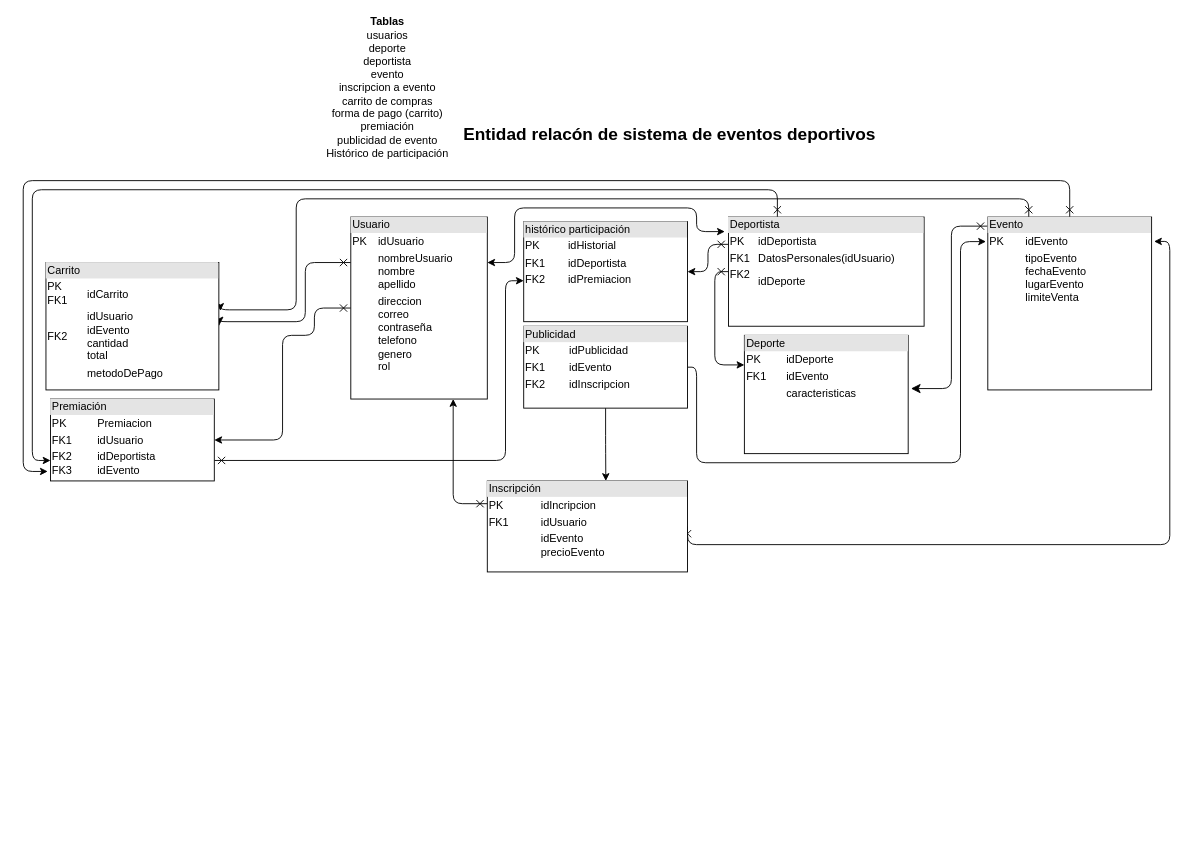
Earlier version of the draw.io diagram dataBase.drawio (cxrdonx/webApplication). Source tidied: cells renumbered, new cells numbered last; positions are measured from the earlier drawing's top-left corner, leaving out a move shared by most shapes. Both pictures are drawn from the tidied source at 91%, with x=0, y=0 at pixel (23, 16).
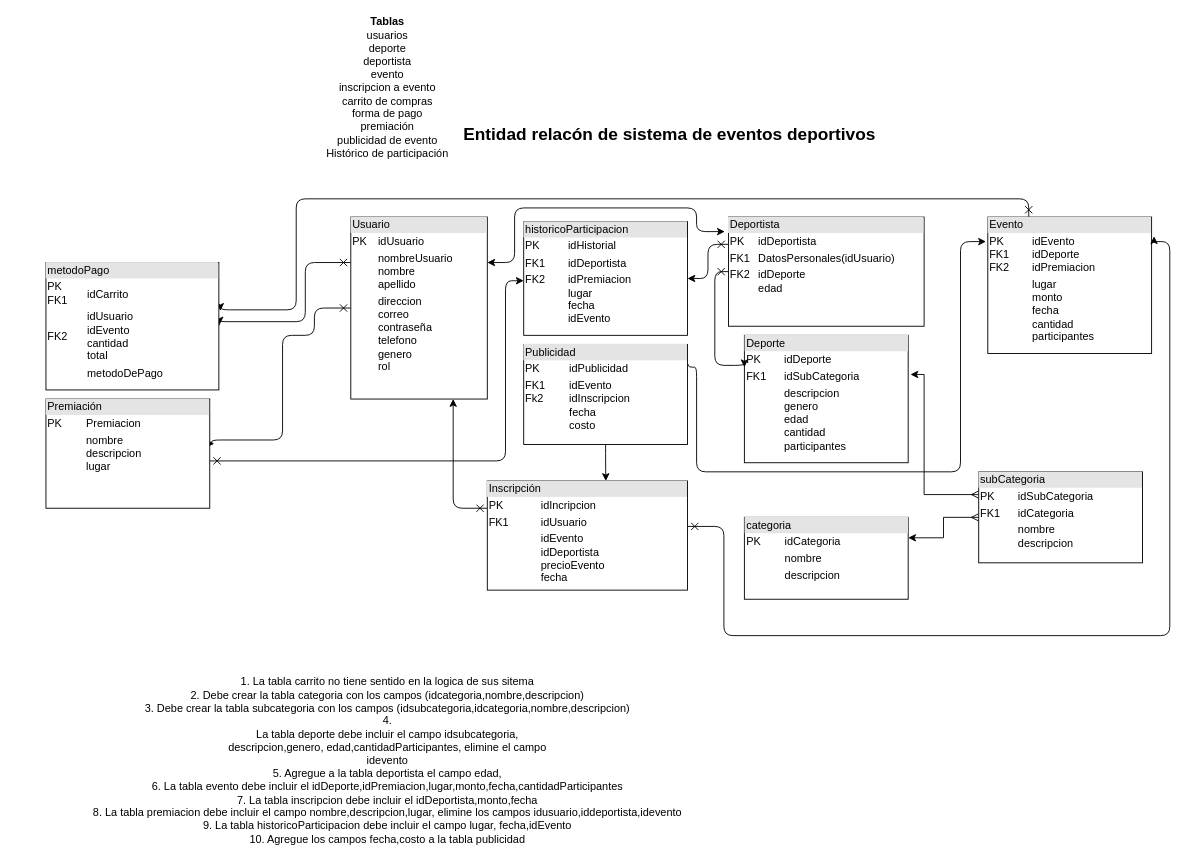
Above is the later version.

Unchanged cells that the change refers to:
```xml
<mxCell id="6" value="&lt;div style=&quot;box-sizing: border-box ; width: 100% ; background: #e4e4e4 ; padding: 2px&quot;&gt;Usuario&lt;br&gt;&lt;/div&gt;&lt;table style=&quot;width: 100% ; font-size: 1em&quot; cellspacing=&quot;0&quot; cellpadding=&quot;2&quot;&gt;&lt;tbody&gt;&lt;tr&gt;&lt;td&gt;PK&lt;/td&gt;&lt;td&gt;idUsuario&lt;br&gt;&lt;/td&gt;&lt;/tr&gt;&lt;tr&gt;&lt;td&gt;&lt;br&gt;&lt;/td&gt;&lt;td&gt;nombreUsuario&lt;br&gt;nombre&lt;br&gt;apellido&lt;br&gt;&lt;/td&gt;&lt;/tr&gt;&lt;tr&gt;&lt;td&gt;&lt;br&gt;&lt;/td&gt;&lt;td&gt;direccion&lt;br&gt;correo&lt;br&gt;contraseña&lt;br&gt;telefono&lt;br&gt;genero&lt;br&gt;rol&lt;br&gt;&lt;br&gt;&lt;/td&gt;&lt;/tr&gt;&lt;/tbody&gt;&lt;/table&gt;" style="verticalAlign=top;align=left;overflow=fill;html=1;" parent="1" vertex="1">
  <mxGeometry x="360" y="220" width="150" height="200" as="geometry" />
</mxCell>
```

What changed in the source:
```diff
@@
-    <mxCell id="2" value="&lt;b&gt;Tablas&lt;/b&gt;&lt;div&gt;usuarios&lt;/div&gt;&lt;div&gt;deporte&lt;/div&gt;&lt;div&gt;deportista&lt;/div&gt;&lt;div&gt;evento&lt;/div&gt;&lt;div&gt;inscripcion a evento&lt;/div&gt;&lt;div&gt;carrito de compras&lt;br&gt;&lt;/div&gt;&lt;div&gt;forma de pago (carrito)&lt;br&gt;&lt;/div&gt;&lt;div&gt;premiación&lt;/div&gt;&lt;div&gt;publicidad de evento&lt;/div&gt;&lt;div&gt;Histórico de participación&lt;/div&gt;&lt;div&gt;&lt;br&gt;&lt;/div&gt;" style="text;html=1;align=center;verticalAlign=middle;" parent="1" vertex="1">
+    <mxCell id="2" value="&lt;b&gt;Tablas&lt;/b&gt;&lt;div&gt;usuarios&lt;/div&gt;&lt;div&gt;deporte&lt;/div&gt;&lt;div&gt;deportista&lt;/div&gt;&lt;div&gt;evento&lt;/div&gt;&lt;div&gt;inscripcion a evento&lt;/div&gt;&lt;div&gt;carrito de compras&lt;br&gt;&lt;/div&gt;&lt;div&gt;forma de pago &lt;br&gt;&lt;/div&gt;&lt;div&gt;premiación&lt;/div&gt;&lt;div&gt;publicidad de evento&lt;/div&gt;&lt;div&gt;Histórico de participación&lt;/div&gt;&lt;div&gt;&lt;br&gt;&lt;/div&gt;" style="text;html=1;align=center;verticalAlign=middle;" parent="1" vertex="1">
       <mxGeometry x="325" width="150" height="170" as="geometry" />
     </mxCell>
@@
-    <mxCell id="4" style="edgeStyle=orthogonalEdgeStyle;jettySize=auto;html=1;exitX=0;exitY=0.5;exitDx=0;exitDy=0;entryX=1;entryY=0.5;entryDx=0;entryDy=0;startArrow=cross;startFill=0;" parent="1" edge="1" source="6" target="21">
+    <mxCell id="4" style="edgeStyle=orthogonalEdgeStyle;jettySize=auto;html=1;exitX=0;exitY=0.5;exitDx=0;exitDy=0;startArrow=cross;startFill=0;" parent="1" edge="1" source="6">
       <mxGeometry relative="1" as="geometry">
+        <mxPoint x="210" y="469" as="targetPoint" />
         <Array as="points">
           <mxPoint x="320" y="320" />
           <mxPoint x="320" y="350" />
           <mxPoint x="285" y="350" />
           <mxPoint x="285" y="465" />
+          <mxPoint x="207" y="465" />
         </Array>
       </mxGeometry>
     </mxCell>
@@
-    <mxCell id="7" value="&lt;div style=&quot;box-sizing: border-box ; width: 100% ; background: #e4e4e4 ; padding: 2px&quot;&gt;Deporte&lt;br&gt;&lt;/div&gt;&lt;table style=&quot;width: 100% ; font-size: 1em&quot; cellspacing=&quot;0&quot; cellpadding=&quot;2&quot;&gt;&lt;tbody&gt;&lt;tr&gt;&lt;td&gt;PK&lt;/td&gt;&lt;td&gt;idDeporte&lt;br&gt;&lt;/td&gt;&lt;/tr&gt;&lt;tr&gt;&lt;td&gt;FK1&lt;br&gt;&lt;/td&gt;&lt;td&gt;idEvento&lt;/td&gt;&lt;/tr&gt;&lt;tr&gt;&lt;td&gt;&lt;br&gt;&lt;/td&gt;&lt;td&gt;caracteristicas&lt;br&gt;&lt;br&gt;&lt;/td&gt;&lt;/tr&gt;&lt;/tbody&gt;&lt;/table&gt;" style="verticalAlign=top;align=left;overflow=fill;html=1;" parent="1" vertex="1">
-      <mxGeometry x="792.5" y="350" width="180" height="130" as="geometry" />
+    <mxCell id="7" value="&lt;div style=&quot;box-sizing: border-box ; width: 100% ; background: #e4e4e4 ; padding: 2px&quot;&gt;Deporte&lt;br&gt;&lt;/div&gt;&lt;table style=&quot;width: 100% ; font-size: 1em&quot; cellspacing=&quot;0&quot; cellpadding=&quot;2&quot;&gt;&lt;tbody&gt;&lt;tr&gt;&lt;td&gt;PK&lt;/td&gt;&lt;td&gt;idDeporte&lt;br&gt;&lt;/td&gt;&lt;/tr&gt;&lt;tr&gt;&lt;td&gt;FK1&lt;br&gt;&lt;/td&gt;&lt;td&gt;idSubCategoria&lt;br&gt;&lt;/td&gt;&lt;/tr&gt;&lt;tr&gt;&lt;td&gt;&lt;br&gt;&lt;/td&gt;&lt;td&gt;descripcion&lt;br&gt;genero&lt;br&gt;edad&lt;br&gt;cantidad&lt;br&gt;participantes&lt;br&gt;&lt;br&gt;&lt;/td&gt;&lt;/tr&gt;&lt;/tbody&gt;&lt;/table&gt;" style="verticalAlign=top;align=left;overflow=fill;html=1;" parent="1" vertex="1">
+      <mxGeometry x="792.5" y="350" width="180" height="140" as="geometry" />
     </mxCell>
-    <mxCell id="8" style="edgeStyle=orthogonalEdgeStyle;jettySize=auto;html=1;startArrow=cross;startFill=0;startSize=6;endSize=8;entryX=1.017;entryY=0.45;entryDx=0;entryDy=0;entryPerimeter=0;" parent="1" edge="1" source="11" target="7">
-      <mxGeometry relative="1" as="geometry">
-        <Array as="points">
-          <mxPoint x="1020" y="230" />
-          <mxPoint x="1020" y="409" />
-        </Array>
-      </mxGeometry>
-    </mxCell>
@@
-    <mxCell id="10" style="edgeStyle=orthogonalEdgeStyle;jettySize=auto;html=1;exitX=0.5;exitY=0;exitDx=0;exitDy=0;startArrow=cross;startFill=0;entryX=-0.017;entryY=0.884;entryDx=0;entryDy=0;entryPerimeter=0;" parent="1" edge="1" source="11" target="21">
-      <mxGeometry relative="1" as="geometry">
-        <Array as="points">
-          <mxPoint x="1150" y="180" />
-          <mxPoint y="180" />
-          <mxPoint y="500" />
-        </Array>
-      </mxGeometry>
-    </mxCell>
-    <mxCell id="11" value="&lt;div style=&quot;box-sizing: border-box ; width: 100% ; background: #e4e4e4 ; padding: 2px&quot;&gt;Evento&lt;br&gt;&lt;/div&gt;&lt;table style=&quot;width: 100% ; font-size: 1em&quot; cellspacing=&quot;0&quot; cellpadding=&quot;2&quot;&gt;&lt;tbody&gt;&lt;tr&gt;&lt;td&gt;PK&lt;/td&gt;&lt;td&gt;idEvento&lt;br&gt;&lt;/td&gt;&lt;/tr&gt;&lt;tr&gt;&lt;td&gt;&lt;br&gt;&lt;/td&gt;&lt;td&gt;tipoEvento&lt;br&gt;fechaEvento&lt;br&gt;lugarEvento&lt;br&gt;limiteVenta&lt;br&gt;&lt;br&gt;&lt;/td&gt;&lt;/tr&gt;&lt;tr&gt;&lt;td&gt;&lt;br&gt;&lt;/td&gt;&lt;td&gt;&lt;br&gt;&lt;/td&gt;&lt;/tr&gt;&lt;/tbody&gt;&lt;/table&gt;" style="verticalAlign=top;align=left;overflow=fill;html=1;" parent="1" vertex="1">
-      <mxGeometry x="1060" y="220" width="180" height="190" as="geometry" />
+    <mxCell id="11" value="&lt;div style=&quot;box-sizing: border-box ; width: 100% ; background: #e4e4e4 ; padding: 2px&quot;&gt;Evento&lt;br&gt;&lt;/div&gt;&lt;table style=&quot;width: 100% ; font-size: 1em&quot; cellspacing=&quot;0&quot; cellpadding=&quot;2&quot;&gt;&lt;tbody&gt;&lt;tr&gt;&lt;td&gt;PK&lt;br&gt;FK1&lt;br&gt;FK2&lt;br&gt;&lt;/td&gt;&lt;td&gt;idEvento&lt;br&gt;idDeporte&lt;br&gt;idPremiacion&lt;br&gt;&lt;/td&gt;&lt;/tr&gt;&lt;tr&gt;&lt;td&gt;&lt;br&gt;&lt;/td&gt;&lt;td&gt;lugar&lt;br&gt;monto&lt;br&gt;fecha&lt;br&gt;cantidad&lt;br&gt;participantes&lt;br&gt;&lt;br&gt;&lt;/td&gt;&lt;/tr&gt;&lt;tr&gt;&lt;td&gt;&lt;br&gt;&lt;/td&gt;&lt;td&gt;&lt;br&gt;&lt;/td&gt;&lt;/tr&gt;&lt;/tbody&gt;&lt;/table&gt;" style="verticalAlign=top;align=left;overflow=fill;html=1;" parent="1" vertex="1">
+      <mxGeometry x="1060" y="220" width="180" height="150" as="geometry" />
     </mxCell>
-    <mxCell id="12" style="edgeStyle=orthogonalEdgeStyle;jettySize=auto;html=1;exitX=0.25;exitY=0;exitDx=0;exitDy=0;entryX=0;entryY=0.75;entryDx=0;entryDy=0;startArrow=cross;startFill=0;" parent="1" edge="1" source="15" target="21">
-      <mxGeometry relative="1" as="geometry">
-        <Array as="points">
-          <mxPoint x="829" y="190" />
-          <mxPoint x="10" y="190" />
-          <mxPoint x="10" y="488" />
-        </Array>
-      </mxGeometry>
-    </mxCell>
@@
-    <mxCell id="15" value="&lt;div style=&quot;box-sizing: border-box ; width: 100% ; background: #e4e4e4 ; padding: 2px&quot;&gt;Deportista&lt;br&gt;&lt;/div&gt;&lt;table style=&quot;width: 100% ; font-size: 1em&quot; cellspacing=&quot;0&quot; cellpadding=&quot;2&quot;&gt;&lt;tbody&gt;&lt;tr&gt;&lt;td&gt;PK&lt;/td&gt;&lt;td&gt;idDeportista&lt;br&gt;&lt;/td&gt;&lt;/tr&gt;&lt;tr&gt;&lt;td&gt;FK1&lt;/td&gt;&lt;td&gt;DatosPersonales(idUsuario)&lt;br&gt;&lt;/td&gt;&lt;/tr&gt;&lt;tr&gt;&lt;td&gt;FK2&lt;br&gt;&lt;br&gt;&lt;/td&gt;&lt;td&gt;idDeporte&lt;br&gt;&lt;/td&gt;&lt;/tr&gt;&lt;/tbody&gt;&lt;/table&gt;" style="verticalAlign=top;align=left;overflow=fill;html=1;" parent="1" vertex="1">
+    <mxCell id="15" value="&lt;div style=&quot;box-sizing: border-box ; width: 100% ; background: #e4e4e4 ; padding: 2px&quot;&gt;Deportista&lt;br&gt;&lt;/div&gt;&lt;table style=&quot;width: 100% ; font-size: 1em&quot; cellspacing=&quot;0&quot; cellpadding=&quot;2&quot;&gt;&lt;tbody&gt;&lt;tr&gt;&lt;td&gt;PK&lt;/td&gt;&lt;td&gt;idDeportista&lt;br&gt;&lt;/td&gt;&lt;/tr&gt;&lt;tr&gt;&lt;td&gt;FK1&lt;/td&gt;&lt;td&gt;DatosPersonales(idUsuario)&lt;br&gt;&lt;/td&gt;&lt;/tr&gt;&lt;tr&gt;&lt;td&gt;FK2&lt;br&gt;&lt;br&gt;&lt;/td&gt;&lt;td&gt;idDeporte&lt;br&gt;edad&lt;br&gt;&lt;/td&gt;&lt;/tr&gt;&lt;/tbody&gt;&lt;/table&gt;" style="verticalAlign=top;align=left;overflow=fill;html=1;" parent="1" vertex="1">
       <mxGeometry x="775" y="220" width="215" height="120" as="geometry" />
     </mxCell>
-    <mxCell id="16" style="edgeStyle=orthogonalEdgeStyle;jettySize=auto;html=1;exitX=1;exitY=0.5;exitDx=0;exitDy=0;entryX=1.015;entryY=0.141;entryDx=0;entryDy=0;entryPerimeter=0;startArrow=cross;startFill=0;" parent="1" edge="1" source="18" target="11">
+    <mxCell id="16" style="edgeStyle=orthogonalEdgeStyle;jettySize=auto;html=1;entryX=1.015;entryY=0.141;entryDx=0;entryDy=0;entryPerimeter=0;startArrow=cross;startFill=0;" parent="1" edge="1" target="11">
       <mxGeometry relative="1" as="geometry">
+        <mxPoint x="730" y="560" as="sourcePoint" />
         <Array as="points">
-          <mxPoint x="1260" y="580" />
+          <mxPoint x="730" y="560" />
+          <mxPoint x="770" y="560" />
+          <mxPoint x="770" y="680" />
+          <mxPoint x="1260" y="680" />
           <mxPoint x="1260" y="247" />
+          <mxPoint x="1243" y="247" />
         </Array>
       </mxGeometry>
     </mxCell>
@@
-    <mxCell id="18" value="&lt;div style=&quot;box-sizing: border-box ; width: 100% ; background: #e4e4e4 ; padding: 2px&quot;&gt;Inscripción&lt;br&gt;&lt;/div&gt;&lt;table style=&quot;width: 100% ; font-size: 1em&quot; cellspacing=&quot;0&quot; cellpadding=&quot;2&quot;&gt;&lt;tbody&gt;&lt;tr&gt;&lt;td&gt;PK&lt;/td&gt;&lt;td&gt;idIncripcion&lt;br&gt;&lt;/td&gt;&lt;/tr&gt;&lt;tr&gt;&lt;td&gt;FK1&lt;/td&gt;&lt;td&gt;idUsuario&lt;br&gt;&lt;/td&gt;&lt;/tr&gt;&lt;tr&gt;&lt;td&gt;&lt;br&gt;&lt;/td&gt;&lt;td&gt;idEvento&lt;br&gt;precioEvento&lt;br&gt;&lt;br&gt;&lt;/td&gt;&lt;/tr&gt;&lt;/tbody&gt;&lt;/table&gt;" style="verticalAlign=top;align=left;overflow=fill;html=1;" parent="1" vertex="1">
-      <mxGeometry x="510" y="510" width="220" height="100" as="geometry" />
+    <mxCell id="18" value="&lt;div style=&quot;box-sizing: border-box ; width: 100% ; background: #e4e4e4 ; padding: 2px&quot;&gt;Inscripción&lt;br&gt;&lt;/div&gt;&lt;table style=&quot;width: 100% ; font-size: 1em&quot; cellspacing=&quot;0&quot; cellpadding=&quot;2&quot;&gt;&lt;tbody&gt;&lt;tr&gt;&lt;td&gt;PK&lt;/td&gt;&lt;td&gt;idIncripcion&lt;br&gt;&lt;/td&gt;&lt;/tr&gt;&lt;tr&gt;&lt;td&gt;FK1&lt;/td&gt;&lt;td&gt;idUsuario&lt;br&gt;&lt;/td&gt;&lt;/tr&gt;&lt;tr&gt;&lt;td&gt;&lt;br&gt;&lt;/td&gt;&lt;td&gt;idEvento&lt;br&gt;idDeportista&lt;br&gt;precioEvento&lt;br&gt;fecha&lt;br&gt;&lt;/td&gt;&lt;/tr&gt;&lt;/tbody&gt;&lt;/table&gt;" style="verticalAlign=top;align=left;overflow=fill;html=1;" parent="1" vertex="1">
+      <mxGeometry x="510" y="510" width="220" height="120" as="geometry" />
     </mxCell>
-    <mxCell id="19" value="&lt;div style=&quot;box-sizing: border-box ; width: 100% ; background: #e4e4e4 ; padding: 2px&quot;&gt;Carrito&lt;br&gt;&lt;/div&gt;&lt;table style=&quot;width: 100% ; font-size: 1em&quot; cellspacing=&quot;0&quot; cellpadding=&quot;2&quot;&gt;&lt;tbody&gt;&lt;tr&gt;&lt;td&gt;PK&lt;br&gt;FK1&lt;br&gt;&lt;/td&gt;&lt;td&gt;idCarrito&lt;br&gt;&lt;/td&gt;&lt;/tr&gt;&lt;tr&gt;&lt;td&gt;FK2&lt;br&gt;&lt;/td&gt;&lt;td&gt;idUsuario&lt;br&gt;idEvento&lt;br&gt;cantidad&lt;br&gt;total&lt;br&gt;&lt;/td&gt;&lt;/tr&gt;&lt;tr&gt;&lt;td&gt;&lt;br&gt;&lt;/td&gt;&lt;td&gt;metodoDePago&lt;br&gt;&lt;/td&gt;&lt;/tr&gt;&lt;/tbody&gt;&lt;/table&gt;" style="verticalAlign=top;align=left;overflow=fill;html=1;" parent="1" vertex="1">
+    <mxCell id="19" value="&lt;div style=&quot;box-sizing: border-box ; width: 100% ; background: #e4e4e4 ; padding: 2px&quot;&gt;metodoPago&lt;br&gt;&lt;/div&gt;&lt;table style=&quot;width: 100% ; font-size: 1em&quot; cellspacing=&quot;0&quot; cellpadding=&quot;2&quot;&gt;&lt;tbody&gt;&lt;tr&gt;&lt;td&gt;PK&lt;br&gt;FK1&lt;br&gt;&lt;/td&gt;&lt;td&gt;idCarrito&lt;br&gt;&lt;/td&gt;&lt;/tr&gt;&lt;tr&gt;&lt;td&gt;FK2&lt;br&gt;&lt;/td&gt;&lt;td&gt;idUsuario&lt;br&gt;idEvento&lt;br&gt;cantidad&lt;br&gt;total&lt;br&gt;&lt;/td&gt;&lt;/tr&gt;&lt;tr&gt;&lt;td&gt;&lt;br&gt;&lt;/td&gt;&lt;td&gt;metodoDePago&lt;br&gt;&lt;/td&gt;&lt;/tr&gt;&lt;/tbody&gt;&lt;/table&gt;" style="verticalAlign=top;align=left;overflow=fill;html=1;" parent="1" vertex="1">
       <mxGeometry x="25" y="270" width="190" height="140" as="geometry" />
     </mxCell>
-    <mxCell id="20" style="edgeStyle=orthogonalEdgeStyle;curved=0;rounded=1;sketch=0;jettySize=auto;html=1;exitX=1;exitY=0.75;exitDx=0;exitDy=0;startArrow=cross;startFill=0;" parent="1" edge="1" source="21">
+    <mxCell id="20" style="edgeStyle=orthogonalEdgeStyle;curved=0;rounded=1;sketch=0;jettySize=auto;html=1;startArrow=cross;startFill=0;" parent="1" edge="1" source="21">
       <mxGeometry relative="1" as="geometry">
         <mxPoint x="550" y="290" as="targetPoint" />
         <Array as="points">
           <mxPoint x="530" y="488" />
           <mxPoint x="530" y="290" />
         </Array>
       </mxGeometry>
     </mxCell>
-    <mxCell id="21" value="&lt;div style=&quot;box-sizing: border-box ; width: 100% ; background: #e4e4e4 ; padding: 2px&quot;&gt;Premiación&lt;br&gt;&lt;/div&gt;&lt;table style=&quot;width: 100% ; font-size: 1em&quot; cellspacing=&quot;0&quot; cellpadding=&quot;2&quot;&gt;&lt;tbody&gt;&lt;tr&gt;&lt;td&gt;PK&lt;/td&gt;&lt;td&gt;Premiacion&lt;br&gt;&lt;/td&gt;&lt;/tr&gt;&lt;tr&gt;&lt;td&gt;FK1&lt;/td&gt;&lt;td&gt;idUsuario&lt;br&gt;&lt;/td&gt;&lt;/tr&gt;&lt;tr&gt;&lt;td&gt;FK2&lt;br&gt;FK3&lt;br&gt;&lt;/td&gt;&lt;td&gt;idDeportista&lt;br&gt;idEvento&lt;br&gt;&lt;/td&gt;&lt;/tr&gt;&lt;/tbody&gt;&lt;/table&gt;" style="verticalAlign=top;align=left;overflow=fill;html=1;" parent="1" vertex="1">
-      <mxGeometry x="30" y="420" width="180" height="90" as="geometry" />
+    <mxCell id="21" value="&lt;div style=&quot;box-sizing: border-box ; width: 100% ; background: #e4e4e4 ; padding: 2px&quot;&gt;Premiación&lt;br&gt;&lt;/div&gt;&lt;table style=&quot;width: 100% ; font-size: 1em&quot; cellspacing=&quot;0&quot; cellpadding=&quot;2&quot;&gt;&lt;tbody&gt;&lt;tr&gt;&lt;td&gt;PK&lt;/td&gt;&lt;td&gt;Premiacion&lt;br&gt;&lt;/td&gt;&lt;/tr&gt;&lt;tr&gt;&lt;td&gt;&lt;br&gt;&lt;/td&gt;&lt;td&gt;nombre&lt;br&gt;descripcion&lt;br&gt;lugar&lt;br&gt;&lt;/td&gt;&lt;/tr&gt;&lt;tr&gt;&lt;td&gt;&lt;br&gt;&lt;/td&gt;&lt;td&gt;&lt;br&gt;&lt;/td&gt;&lt;/tr&gt;&lt;/tbody&gt;&lt;/table&gt;" style="verticalAlign=top;align=left;overflow=fill;html=1;" parent="1" vertex="1">
+      <mxGeometry x="25" y="420" width="180" height="120" as="geometry" />
     </mxCell>
-    <mxCell id="22" style="edgeStyle=orthogonalEdgeStyle;jettySize=auto;html=1;exitX=1;exitY=0.5;exitDx=0;exitDy=0;" parent="1" edge="1" source="24">
+    <mxCell id="22" style="edgeStyle=orthogonalEdgeStyle;jettySize=auto;html=1;exitX=1.006;exitY=0.2;exitDx=0;exitDy=0;exitPerimeter=0;" parent="1" edge="1" source="24">
       <mxGeometry relative="1" as="geometry">
         <mxPoint x="1058" y="247" as="targetPoint" />
         <Array as="points">
+          <mxPoint x="731" y="385" />
           <mxPoint x="740" y="385" />
-          <mxPoint x="740" y="490" />
-          <mxPoint x="1030" y="490" />
+          <mxPoint x="740" y="500" />
+          <mxPoint x="1030" y="500" />
           <mxPoint x="1030" y="247" />
         </Array>
       </mxGeometry>
     </mxCell>
@@
-    <mxCell id="24" value="&lt;div style=&quot;box-sizing: border-box ; width: 100% ; background: #e4e4e4 ; padding: 2px&quot;&gt;Publicidad&lt;br&gt;&lt;/div&gt;&lt;table style=&quot;width: 100% ; font-size: 1em&quot; cellspacing=&quot;0&quot; cellpadding=&quot;2&quot;&gt;&lt;tbody&gt;&lt;tr&gt;&lt;td&gt;PK&lt;/td&gt;&lt;td&gt;idPublicidad&lt;br&gt;&lt;/td&gt;&lt;/tr&gt;&lt;tr&gt;&lt;td&gt;FK1&lt;/td&gt;&lt;td&gt;idEvento&lt;br&gt;&lt;/td&gt;&lt;/tr&gt;&lt;tr&gt;&lt;td&gt;FK2&lt;br&gt;&lt;/td&gt;&lt;td&gt;idInscripcion&lt;br&gt;&lt;/td&gt;&lt;/tr&gt;&lt;/tbody&gt;&lt;/table&gt;" style="verticalAlign=top;align=left;overflow=fill;html=1;" parent="1" vertex="1">
-      <mxGeometry x="550" y="340" width="180" height="90" as="geometry" />
+    <mxCell id="24" value="&lt;div style=&quot;box-sizing: border-box ; width: 100% ; background: #e4e4e4 ; padding: 2px&quot;&gt;Publicidad&lt;br&gt;&lt;/div&gt;&lt;table style=&quot;width: 100% ; font-size: 1em&quot; cellspacing=&quot;0&quot; cellpadding=&quot;2&quot;&gt;&lt;tbody&gt;&lt;tr&gt;&lt;td&gt;PK&lt;/td&gt;&lt;td&gt;idPublicidad&lt;br&gt;&lt;/td&gt;&lt;/tr&gt;&lt;tr&gt;&lt;td&gt;FK1&lt;br&gt;Fk2&lt;br&gt;&lt;br&gt;&lt;br&gt;&lt;/td&gt;&lt;td&gt;idEvento&lt;br&gt;idInscripcion&lt;br&gt;fecha&lt;br&gt;costo&lt;br&gt;&lt;/td&gt;&lt;/tr&gt;&lt;tr&gt;&lt;td&gt;&lt;br&gt;&lt;/td&gt;&lt;td&gt;&lt;br&gt;&lt;/td&gt;&lt;/tr&gt;&lt;/tbody&gt;&lt;/table&gt;" style="verticalAlign=top;align=left;overflow=fill;html=1;" parent="1" vertex="1">
+      <mxGeometry x="550" y="360" width="180" height="110" as="geometry" />
     </mxCell>
-    <mxCell id="25" value="&lt;div style=&quot;box-sizing: border-box ; width: 100% ; background: #e4e4e4 ; padding: 2px&quot;&gt;histórico participación&lt;br&gt;&lt;/div&gt;&lt;table style=&quot;width: 100% ; font-size: 1em&quot; cellspacing=&quot;0&quot; cellpadding=&quot;2&quot;&gt;&lt;tbody&gt;&lt;tr&gt;&lt;td&gt;PK&lt;/td&gt;&lt;td&gt;idHistorial&lt;br&gt;&lt;/td&gt;&lt;/tr&gt;&lt;tr&gt;&lt;td&gt;FK1&lt;br&gt;&lt;/td&gt;&lt;td&gt;idDeportista&lt;br&gt;&lt;/td&gt;&lt;/tr&gt;&lt;tr&gt;&lt;td&gt;FK2&lt;br&gt;&lt;/td&gt;&lt;td&gt;idPremiacion&lt;br&gt;&lt;/td&gt;&lt;/tr&gt;&lt;/tbody&gt;&lt;/table&gt;" style="verticalAlign=top;align=left;overflow=fill;html=1;" parent="1" vertex="1">
-      <mxGeometry x="550" y="225" width="180" height="110" as="geometry" />
+    <mxCell id="25" value="&lt;div style=&quot;box-sizing: border-box ; width: 100% ; background: #e4e4e4 ; padding: 2px&quot;&gt;historicoParticipacion&lt;br&gt;&lt;/div&gt;&lt;table style=&quot;width: 100% ; font-size: 1em&quot; cellspacing=&quot;0&quot; cellpadding=&quot;2&quot;&gt;&lt;tbody&gt;&lt;tr&gt;&lt;td&gt;PK&lt;/td&gt;&lt;td&gt;idHistorial&lt;br&gt;&lt;/td&gt;&lt;/tr&gt;&lt;tr&gt;&lt;td&gt;FK1&lt;br&gt;&lt;/td&gt;&lt;td&gt;idDeportista&lt;br&gt;&lt;/td&gt;&lt;/tr&gt;&lt;tr&gt;&lt;td&gt;FK2&lt;br&gt;&lt;br&gt;&lt;br&gt;&lt;br&gt;&lt;/td&gt;&lt;td&gt;idPremiacion&lt;br&gt;lugar&lt;br&gt;fecha&lt;br&gt;idEvento&lt;br&gt;&lt;/td&gt;&lt;/tr&gt;&lt;/tbody&gt;&lt;/table&gt;" style="verticalAlign=top;align=left;overflow=fill;html=1;" parent="1" vertex="1">
+      <mxGeometry x="550" y="225" width="180" height="125" as="geometry" />
     </mxCell>
@@
+    <mxCell id="27" value="&lt;br&gt;1. La tabla carrito no tiene sentido en la logica de sus sitema&lt;br&gt;2. Debe crear la tabla categoria con los campos (idcategoria,nombre,descripcion)&lt;br&gt;3. Debe crear la tabla subcategoria con los campos (idsubcategoria,idcategoria,nombre,descripcion)&lt;br&gt;4.&lt;br/&gt; La tabla deporte debe incluir el campo idsubcategoria, &lt;br/&gt;descripcion,genero, edad,cantidadParticipantes, elimine el campo &lt;br/&gt;idevento&lt;br&gt;5. Agregue a la tabla deportista el campo edad, &lt;br&gt;6. La tabla evento debe incluir el idDeporte,idPremiacion,lugar,monto,fecha,cantidadParticipantes&lt;br&gt;7. La tabla inscripcion debe incluir el idDeportista,monto,fecha&lt;br&gt;8. La tabla premiacion debe incluir el campo nombre,descripcion,lugar, elimine los campos idusuario,iddeportista,idevento&lt;br&gt;9. La tabla historicoParticipacion debe incluir el campo lugar, fecha,idEvento&lt;br&gt;10. Agregue los campos fecha,costo a la tabla publicidad" style="text;html=1;align=center;verticalAlign=middle;" parent="1" vertex="1">
+      <mxGeometry x="55" y="710" width="690" height="200" as="geometry" />
+    </mxCell>
+    <mxCell id="28" value="&lt;div style=&quot;box-sizing: border-box ; width: 100% ; background: #e4e4e4 ; padding: 2px&quot;&gt;categoria&lt;br&gt;&lt;/div&gt;&lt;table style=&quot;width: 100% ; font-size: 1em&quot; cellspacing=&quot;0&quot; cellpadding=&quot;2&quot;&gt;&lt;tbody&gt;&lt;tr&gt;&lt;td&gt;PK&lt;/td&gt;&lt;td&gt;idCategoria&lt;br&gt;&lt;/td&gt;&lt;/tr&gt;&lt;tr&gt;&lt;td&gt;&lt;br&gt;&lt;/td&gt;&lt;td&gt;nombre&lt;br&gt;&lt;/td&gt;&lt;/tr&gt;&lt;tr&gt;&lt;td&gt;&lt;br&gt;&lt;/td&gt;&lt;td&gt;descripcion&lt;br&gt;&lt;/td&gt;&lt;/tr&gt;&lt;/tbody&gt;&lt;/table&gt;" style="verticalAlign=top;align=left;overflow=fill;html=1;" parent="1" vertex="1">
+      <mxGeometry x="792.5" y="550" width="180" height="90" as="geometry" />
+    </mxCell>
+    <mxCell id="29" style="edgeStyle=orthogonalEdgeStyle;rounded=0;jettySize=auto;html=1;exitX=0;exitY=0.5;exitDx=0;exitDy=0;entryX=1;entryY=0.25;entryDx=0;entryDy=0;startArrow=ERmany;startFill=0;" parent="1" edge="1" source="31" target="28">
+      <mxGeometry relative="1" as="geometry" />
+    </mxCell>
+    <mxCell id="30" style="edgeStyle=orthogonalEdgeStyle;rounded=0;jettySize=auto;html=1;exitX=0;exitY=0.25;exitDx=0;exitDy=0;entryX=1.014;entryY=0.307;entryDx=0;entryDy=0;entryPerimeter=0;startArrow=ERmany;startFill=0;" parent="1" edge="1" source="31" target="7">
+      <mxGeometry relative="1" as="geometry">
+        <Array as="points">
+          <mxPoint x="990" y="525" />
+          <mxPoint x="990" y="393" />
+        </Array>
+      </mxGeometry>
+    </mxCell>
+    <mxCell id="31" value="&lt;div style=&quot;box-sizing: border-box ; width: 100% ; background: #e4e4e4 ; padding: 2px&quot;&gt;subCategoria&lt;br&gt;&lt;/div&gt;&lt;table style=&quot;width: 100% ; font-size: 1em&quot; cellspacing=&quot;0&quot; cellpadding=&quot;2&quot;&gt;&lt;tbody&gt;&lt;tr&gt;&lt;td&gt;PK&lt;/td&gt;&lt;td&gt;idSubCategoria&lt;br&gt;&lt;/td&gt;&lt;/tr&gt;&lt;tr&gt;&lt;td&gt;FK1&lt;/td&gt;&lt;td&gt;idCategoria&lt;br&gt;&lt;/td&gt;&lt;/tr&gt;&lt;tr&gt;&lt;td&gt;&lt;br&gt;&lt;/td&gt;&lt;td&gt;nombre&lt;br&gt;descripcion&lt;br&gt;&lt;/td&gt;&lt;/tr&gt;&lt;/tbody&gt;&lt;/table&gt;" style="verticalAlign=top;align=left;overflow=fill;html=1;" parent="1" vertex="1">
+      <mxGeometry x="1050" y="500" width="180" height="100" as="geometry" />
+    </mxCell>
```
